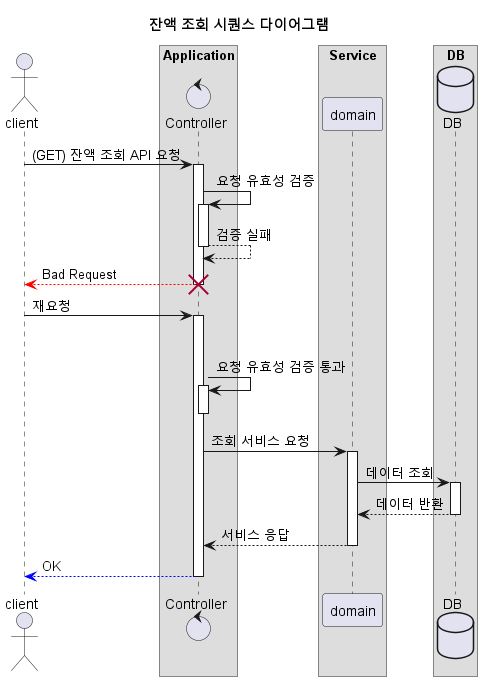
The PlantUML diagram docs/sequencediagram/balance/balance_search_sequence_diagram.png in johnowlee/concert-booking, before a commit.
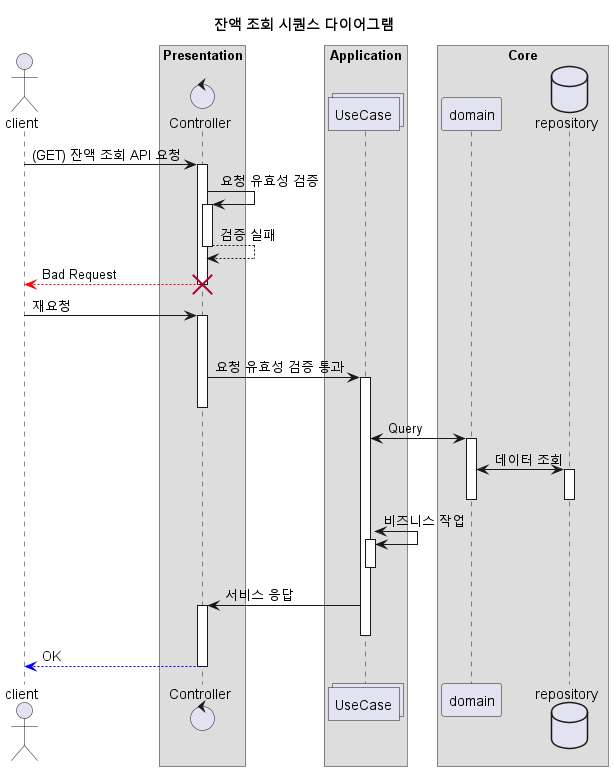
Above is the later version.

Diff of the diagram source:
```diff
@@ -6,37 +6,45 @@
 
 actor client as client
 
-box "Application"
-control Controller as controller
+box "Presentation"
+control Controller as presentation
 end box
 
-box "Service"
-participant domain as domain
+box "Application"
+collections UseCase as application
 end box
 
-box "DB"
-database DB as db
+box "Core"
+participant domain as domain
+database repository as db
 end box
 
-client -> controller : (GET) 잔액 조회 API 요청
+client -> presentation : (GET) 잔액 조회 API 요청
 
-controller -> controller : 요청 유효성 검증
-controller --> controller : 검증 실패
+presentation -> presentation : 요청 유효성 검증
+presentation --> presentation : 검증 실패
 
-controller --[#red]> client : Bad Request
-destroy controller
-deactivate controller
+presentation --[#red]> client : Bad Request
+destroy presentation
+deactivate presentation
 
-client -> controller : 재요청
+client -> presentation : 재요청
 deactivate client
 
-controller -> controller : 요청 유효성 검증 통과
-deactivate controller
+presentation -> application : 요청 유효성 검증 통과
+deactivate presentation
 
-controller -> domain : 조회 서비스 요청
-domain -> db : 데이터 조회
-db --> domain : 데이터 반환
-domain --> controller : 서비스 응답
-controller --[#blue]> client : OK
+application <-> domain : Query
+domain <-> db : 데이터 조회
+deactivate db
+deactivate domain
+
+application <-> application : 비즈니스 작업
+deactivate application
+
+application -> presentation : 서비스 응답
+deactivate application
+
+presentation --[#blue]> client : OK
 
 @enduml
```
